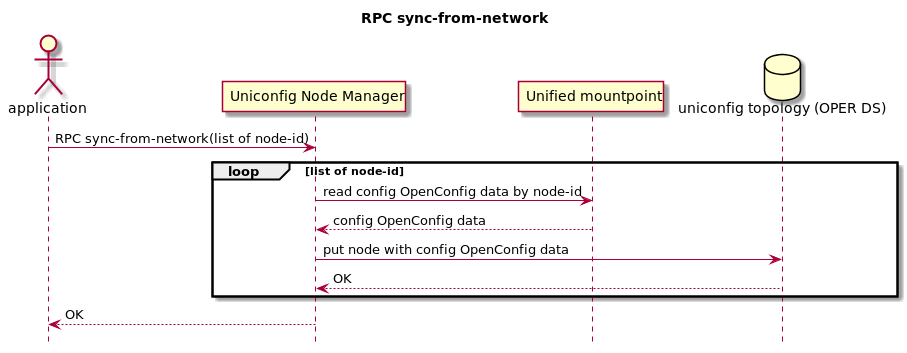
Above: FRINX_ODL_Distribution/Carbon/FRINX_Features_User_Guide/uniconfig/api_and_use_cases/drawing/UNM/RPC_sync-from-network.png in jmorvay/Frinx-docs (PlantUML), before the change.
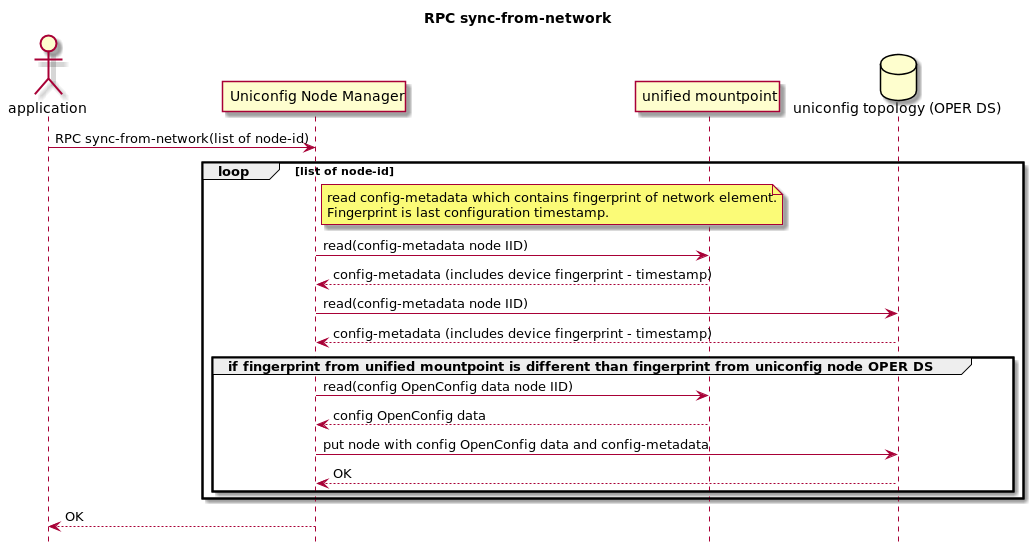
The same diagram one commit later.

The edit, as a diff of the source:
```diff
@@ -4,15 +4,27 @@
 
 actor application
 participant "Uniconfig Node Manager"
-participant "Unified mountpoint"
+participant "unified mountpoint"
 database "uniconfig topology (OPER DS)"
 
 application -> "Uniconfig Node Manager": RPC sync-from-network(list of node-id)
 loop list of node-id
-    "Uniconfig Node Manager" -> "Unified mountpoint": read config OpenConfig data by node-id
-    "Unified mountpoint" --> "Uniconfig Node Manager": config OpenConfig data
-    "Uniconfig Node Manager" -> "uniconfig topology (OPER DS)": put node with config OpenConfig data
-    "uniconfig topology (OPER DS)" --> "Uniconfig Node Manager": OK
+    note right "Uniconfig Node Manager"
+        read config-metadata which contains fingerprint of network element.
+        Fingerprint is last configuration timestamp.
+    end note
+    "Uniconfig Node Manager" -> "unified mountpoint": read(config-metadata node IID)
+    "unified mountpoint" --> "Uniconfig Node Manager": config-metadata (includes device fingerprint - timestamp)
+
+    "Uniconfig Node Manager" -> "uniconfig topology (OPER DS)": read(config-metadata node IID)
+    "uniconfig topology (OPER DS)" --> "Uniconfig Node Manager": config-metadata (includes device fingerprint - timestamp)
+
+    group if fingerprint from unified mountpoint is different than fingerprint from uniconfig node OPER DS
+        "Uniconfig Node Manager" -> "unified mountpoint": read(config OpenConfig data node IID)
+        "unified mountpoint" --> "Uniconfig Node Manager": config OpenConfig data
+        "Uniconfig Node Manager" -> "uniconfig topology (OPER DS)": put node with config OpenConfig data and config-metadata
+        "uniconfig topology (OPER DS)" --> "Uniconfig Node Manager": OK
+    end
 end
 "Uniconfig Node Manager" --> application: OK
 
```
